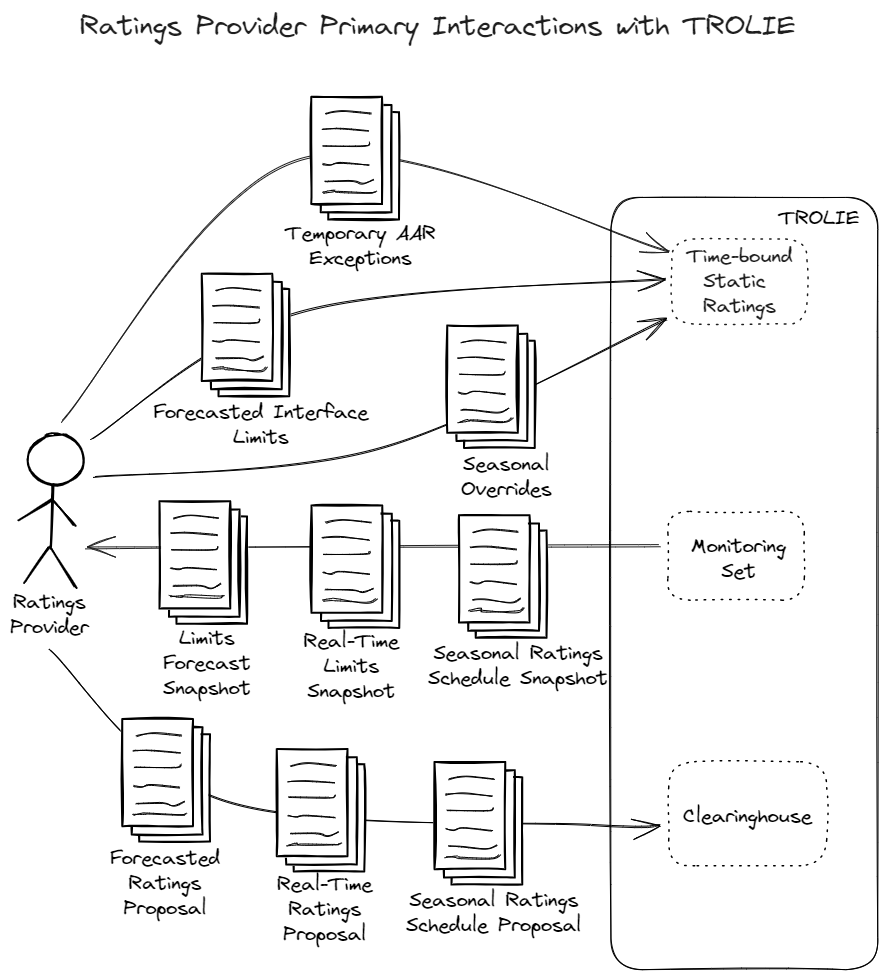
Before: docs/images/TROLIE Ratings Provider interactions.excalidraw.png, a diagram exported from Excalidraw (trolie/spec). Source tidied: one line per element, renumbered; positions are measured from the earlier drawing's top-left corner, leaving out a move shared by most shapes.
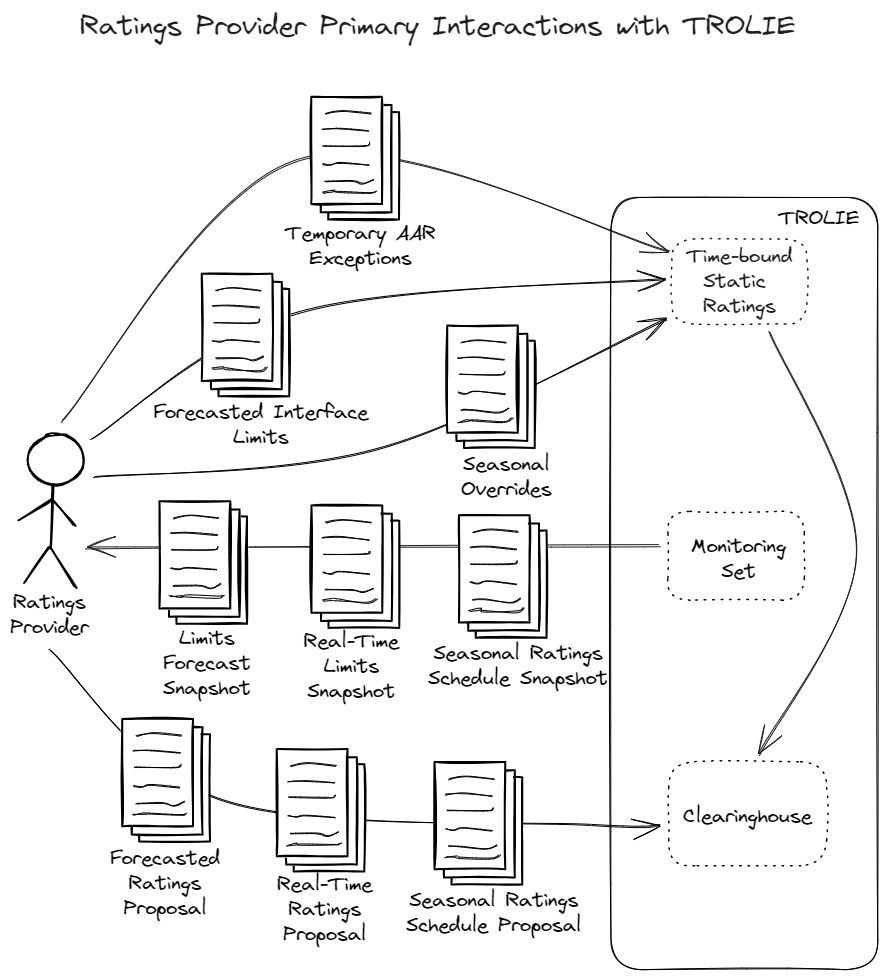
After the change.

Commit message:
improve introduction

Change to the diagram source:
```diff
@@ -109,3 +109,4 @@
 {"id": 108, "type": "line", "strokeColor": "#000000", "backgroundColor": "#fff", "fillStyle": "solid", "strokeWidth": 1, "roughness": 1, "round": true, "x": 435, "y": 784, "width": 47, "height": 2, "points": [[0, 0], [18, -1], [47, 2]]}
 {"id": 109, "type": "line", "strokeColor": "#000000", "backgroundColor": "#fff", "fillStyle": "solid", "strokeWidth": 1, "roughness": 1, "round": true, "x": 436, "y": 819, "width": 47, "height": 2, "points": [[0, 0], [8, 1], [18, -1], [47, 2]]}
 {"id": 110, "type": "text", "text": "Seasonal Ratings\nSchedule Proposal", "strokeColor": "#000000", "strokeWidth": 1, "roughness": 1, "fontSize": 20, "fontFamily": 1, "textAlign": "center", "x": 396, "y": 878, "width": 175, "height": 50}
+{"id": 111, "type": "arrow", "strokeColor": "#1e1e1e", "strokeWidth": 1, "roughness": 1, "endArrowhead": "arrow", "round": true, "from": 56, "to": 89, "x": 760, "y": 323, "width": 96, "height": 422, "points": [[0, 0], [85, 219], [-11, 422]]}
```
